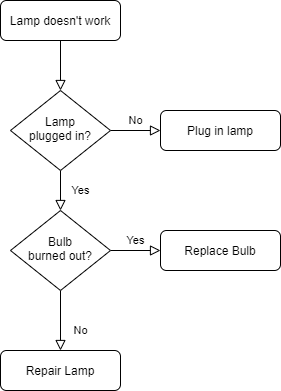
KONGNOBIN/Diagram keeps this draw.io diagram as InsaSystem_Relocation.png. Above is the earlier version. Source tidied: cells renumbered, new cells last; positions are measured from the earlier drawing's top-left corner, leaving out a move shared by most shapes.
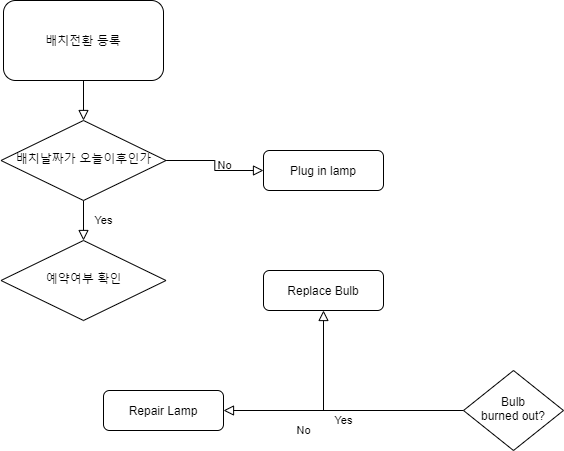
Above is the later version.

The edit, as a diff of the source:
```diff
@@ -2,20 +2,22 @@
   <root>
     <mxCell id="0" />
     <mxCell id="1" parent="0" />
-    <mxCell id="2" style="rounded=0;html=1;jettySize=auto;fontSize=11;endArrow=block;endFill=0;endSize=8;strokeWidth=1;shadow=0;labelBackgroundColor=none;edgeStyle=orthogonalEdgeStyle;" parent="1" edge="1" source="3" target="6">
+    <mxCell id="2" style="rounded=0;html=1;jettySize=auto;fontSize=11;endArrow=block;endFill=0;endSize=8;strokeWidth=1;shadow=0;labelBackgroundColor=none;edgeStyle=orthogonalEdgeStyle;entryX=0.5;entryY=0;entryDx=0;entryDy=0;" parent="1" edge="1" source="3" target="6">
       <mxGeometry relative="1" as="geometry" />
     </mxCell>
-    <mxCell id="3" value="Lamp doesn't work" style="rounded=1;whiteSpace=wrap;html=1;fontSize=12;glass=0;strokeWidth=1;shadow=0;" parent="1" vertex="1">
-      <mxGeometry width="120" height="40" as="geometry" />
+    <mxCell id="3" value="배치전환 등록" style="rounded=1;whiteSpace=wrap;html=1;fontSize=12;glass=0;strokeWidth=1;shadow=0;" parent="1" vertex="1">
+      <mxGeometry x="-100" y="-40" width="160" height="80" as="geometry" />
     </mxCell>
-    <mxCell id="4" value="Yes" style="rounded=0;html=1;jettySize=auto;fontSize=11;endArrow=block;endFill=0;endSize=8;strokeWidth=1;shadow=0;labelBackgroundColor=none;edgeStyle=orthogonalEdgeStyle;" parent="1" edge="1" source="6" target="10">
-      <mxGeometry y="20" relative="1" as="geometry" />
+    <mxCell id="4" value="Yes" style="rounded=0;html=1;jettySize=auto;fontSize=11;endArrow=block;endFill=0;endSize=8;strokeWidth=1;shadow=0;labelBackgroundColor=none;edgeStyle=orthogonalEdgeStyle;" parent="1" edge="1" source="6">
+      <mxGeometry y="20" relative="1" as="geometry">
+        <mxPoint x="-20" y="200" as="targetPoint" />
+      </mxGeometry>
     </mxCell>
     <mxCell id="5" value="No" style="edgeStyle=orthogonalEdgeStyle;rounded=0;html=1;jettySize=auto;fontSize=11;endArrow=block;endFill=0;endSize=8;strokeWidth=1;shadow=0;labelBackgroundColor=none;" parent="1" edge="1" source="6" target="7">
       <mxGeometry y="10" relative="1" as="geometry" />
     </mxCell>
-    <mxCell id="6" value="Lamp&lt;br&gt;plugged in?" style="rhombus;whiteSpace=wrap;html=1;shadow=0;fontFamily=Helvetica;fontSize=12;align=center;strokeWidth=1;spacing=6;spacingTop=-4;" parent="1" vertex="1">
-      <mxGeometry x="10" y="90" width="100" height="80" as="geometry" />
+    <mxCell id="6" value="배치날짜가 오늘이후인가" style="rhombus;whiteSpace=wrap;html=1;shadow=0;fontFamily=Helvetica;fontSize=12;align=center;strokeWidth=1;spacing=6;spacingTop=-4;" parent="1" vertex="1">
+      <mxGeometry x="-102.5" y="80" width="165" height="80" as="geometry" />
     </mxCell>
     <mxCell id="7" value="Plug in lamp" style="rounded=1;whiteSpace=wrap;html=1;fontSize=12;glass=0;strokeWidth=1;shadow=0;" parent="1" vertex="1">
       <mxGeometry x="160" y="110" width="120" height="40" as="geometry" />
@@ -27,7 +29,7 @@
       <mxGeometry y="10" relative="1" as="geometry" />
     </mxCell>
     <mxCell id="10" value="Bulb&lt;br&gt;burned out?" style="rhombus;whiteSpace=wrap;html=1;shadow=0;fontFamily=Helvetica;fontSize=12;align=center;strokeWidth=1;spacing=6;spacingTop=-4;" parent="1" vertex="1">
-      <mxGeometry x="10" y="210" width="100" height="80" as="geometry" />
+      <mxGeometry x="360" y="330" width="100" height="80" as="geometry" />
     </mxCell>
     <mxCell id="11" value="Repair Lamp" style="rounded=1;whiteSpace=wrap;html=1;fontSize=12;glass=0;strokeWidth=1;shadow=0;" parent="1" vertex="1">
       <mxGeometry y="350" width="120" height="40" as="geometry" />
@@ -35,5 +37,8 @@
     <mxCell id="12" value="Replace Bulb" style="rounded=1;whiteSpace=wrap;html=1;fontSize=12;glass=0;strokeWidth=1;shadow=0;" parent="1" vertex="1">
       <mxGeometry x="160" y="230" width="120" height="40" as="geometry" />
     </mxCell>
+    <mxCell id="13" value="예약여부 확인" style="rhombus;whiteSpace=wrap;html=1;shadow=0;fontFamily=Helvetica;fontSize=12;align=center;strokeWidth=1;spacing=6;spacingTop=-4;" parent="1" vertex="1">
+      <mxGeometry x="-102.5" y="200" width="165" height="80" as="geometry" />
+    </mxCell>
   </root>
 </mxGraphModel>
```
